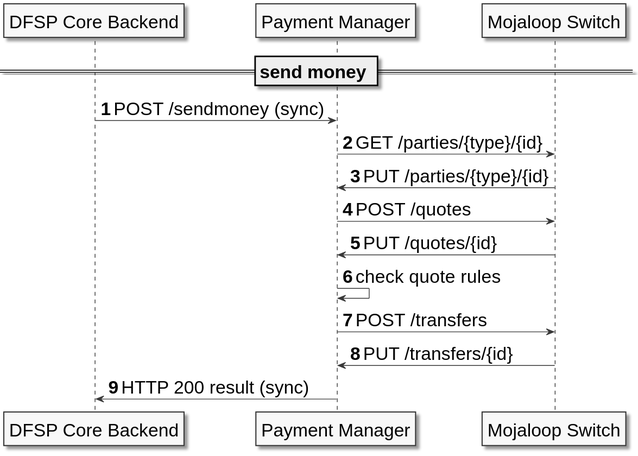
This is modules/api_integration/images/PM4ML_transfer_flow_payer.svg from pm4ml/documents, a PlantUML export, as it was before one commit.
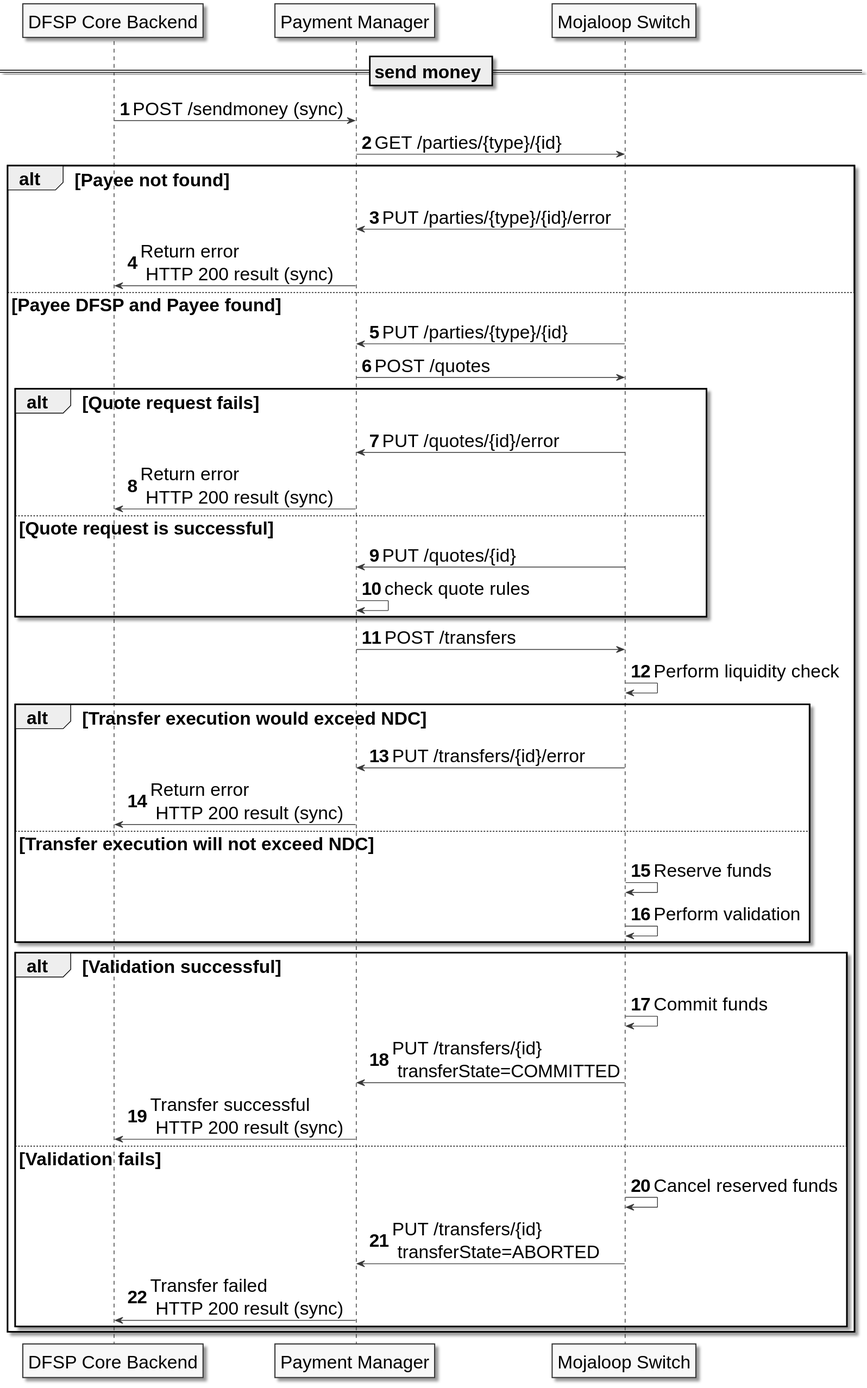
Above is the later version.

Change to the diagram source:
```diff
@@ -18,15 +18,39 @@
 == send money ==
 
     backend -> sob: POST /sendmoney (sync)
-
     sob -> sw: GET /parties/{type}/{id}
+    alt Payee not found
+    sw -> sob: PUT /parties/{type}/{id}/error
+    sob -> backend: Return error \n HTTP 200 result (sync)
+    else Payee DFSP and Payee found
     sw -> sob: PUT /parties/{type}/{id}
     sob -> sw: POST /quotes
+    alt Quote request fails
+    sw -> sob: PUT /quotes/{id}/error
+    sob -> backend: Return error \n HTTP 200 result (sync)
+    else Quote request is successful
     sw -> sob: PUT /quotes/{id}
     sob -> sob: check quote rules
+    end
     sob -> sw: POST /transfers
-    sw -> sob: PUT /transfers/{id}
+    sw -> sw: Perform liquidity check
+    alt Transfer execution would exceed NDC
+    sw -> sob: PUT /transfers/{id}/error
+    sob -> backend: Return error \n HTTP 200 result (sync)
+    else Transfer execution will not exceed NDC
+    sw -> sw: Reserve funds
+    sw -> sw: Perform validation
+    end
+    alt Validation successful
+    sw -> sw: Commit funds
+    sw -> sob: PUT /transfers/{id} \n transferState=COMMITTED
+    sob -> backend: Transfer successful \n HTTP 200 result (sync)
+    else Validation fails
+    sw -> sw: Cancel reserved funds
+    sw -> sob: PUT /transfers/{id} \n transferState=ABORTED
+    sob -> backend: Transfer failed \n HTTP 200 result (sync)
+    end
 
-    sob -> backend: HTTP 200 result (sync)
+    end
 
 @enduml
```
